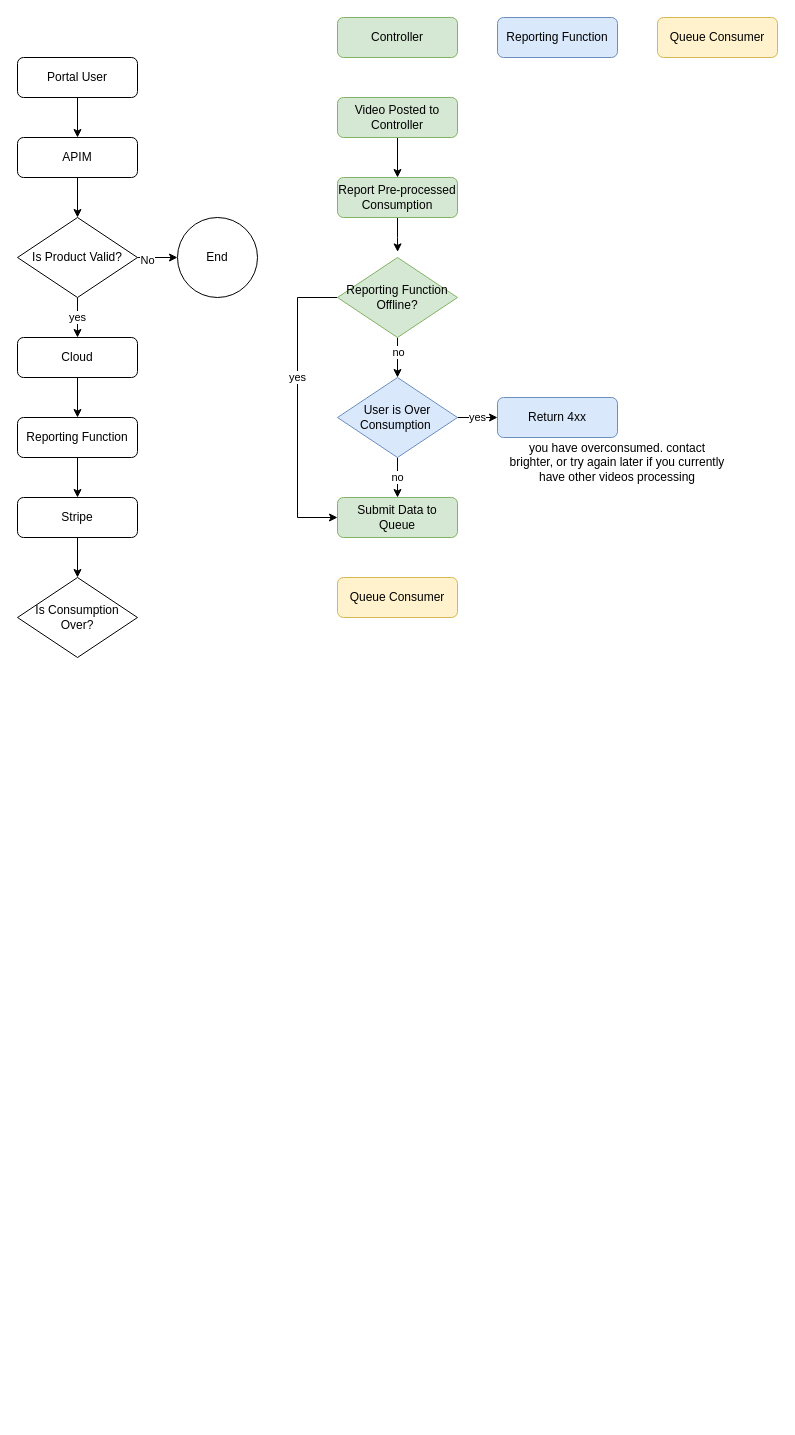
Above: portal-pricing-change.drawio in fredyeah/diagrams (draw.io), before the change. Source tidied: cells renumbered, new cells numbered last; positions are measured from the earlier drawing's top-left corner, leaving out a move shared by most shapes. Both pictures are drawn from the tidied source at 100%, with x=0, y=0 at pixel (17, 17).
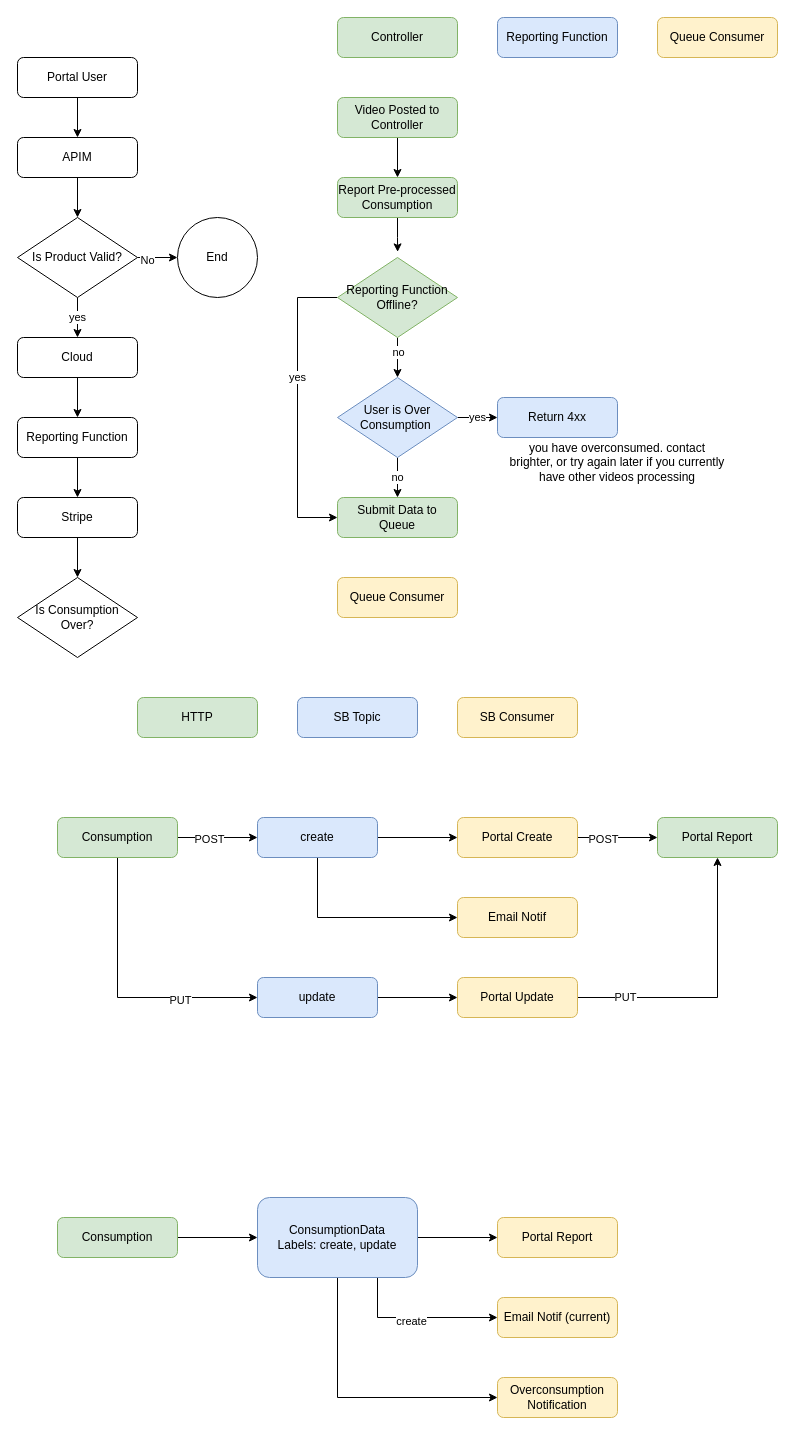
The same page after the edit.

Change to the diagram source:
```diff
@@
+    <mxCell id="37" style="edgeStyle=orthogonalEdgeStyle;rounded=0;jettySize=auto;html=1;entryX=0;entryY=0.5;entryDx=0;entryDy=0;" parent="1" edge="1" source="41" target="44">
+      <mxGeometry relative="1" as="geometry" />
+    </mxCell>
+    <mxCell id="38" value="POST" style="edgeLabel;html=1;align=center;verticalAlign=middle;" parent="37" vertex="1">
+      <mxGeometry x="-0.2" y="-1" relative="1" as="geometry">
+        <mxPoint x="-1" as="offset" />
+      </mxGeometry>
+    </mxCell>
+    <mxCell id="39" style="edgeStyle=orthogonalEdgeStyle;rounded=0;jettySize=auto;html=1;entryX=0;entryY=0.5;entryDx=0;entryDy=0;" parent="1" edge="1" source="41" target="48">
+      <mxGeometry relative="1" as="geometry">
+        <Array as="points">
+          <mxPoint x="100" y="980" />
+        </Array>
+      </mxGeometry>
+    </mxCell>
+    <mxCell id="40" value="PUT" style="edgeLabel;html=1;align=center;verticalAlign=middle;" parent="39" vertex="1">
+      <mxGeometry x="0.45" y="-2" relative="1" as="geometry">
+        <mxPoint x="-1" as="offset" />
+      </mxGeometry>
+    </mxCell>
+    <mxCell id="41" value="Consumption" style="rounded=1;whiteSpace=wrap;html=1;fillColor=#d5e8d4;strokeColor=#82b366;" parent="1" vertex="1">
+      <mxGeometry x="40" y="800" width="120" height="40" as="geometry" />
+    </mxCell>
+    <mxCell id="42" style="edgeStyle=orthogonalEdgeStyle;rounded=0;jettySize=auto;html=1;entryX=0;entryY=0.5;entryDx=0;entryDy=0;" parent="1" edge="1" source="44" target="52">
+      <mxGeometry relative="1" as="geometry" />
+    </mxCell>
+    <mxCell id="43" style="edgeStyle=orthogonalEdgeStyle;rounded=0;jettySize=auto;html=1;entryX=0;entryY=0.5;entryDx=0;entryDy=0;" parent="1" edge="1" source="44" target="56">
+      <mxGeometry relative="1" as="geometry">
+        <Array as="points">
+          <mxPoint x="300" y="900" />
+        </Array>
+      </mxGeometry>
+    </mxCell>
+    <mxCell id="44" value="create" style="rounded=1;whiteSpace=wrap;html=1;fillColor=#dae8fc;strokeColor=#6c8ebf;" parent="1" vertex="1">
+      <mxGeometry x="240" y="800" width="120" height="40" as="geometry" />
+    </mxCell>
+    <mxCell id="45" value="HTTP" style="rounded=1;whiteSpace=wrap;html=1;fillColor=#d5e8d4;strokeColor=#82b366;" parent="1" vertex="1">
+      <mxGeometry x="120" y="680" width="120" height="40" as="geometry" />
+    </mxCell>
+    <mxCell id="46" value="SB Topic" style="rounded=1;whiteSpace=wrap;html=1;fillColor=#dae8fc;strokeColor=#6c8ebf;" parent="1" vertex="1">
+      <mxGeometry x="280" y="680" width="120" height="40" as="geometry" />
+    </mxCell>
+    <mxCell id="47" style="edgeStyle=orthogonalEdgeStyle;rounded=0;jettySize=auto;html=1;entryX=0;entryY=0.5;entryDx=0;entryDy=0;" parent="1" edge="1" source="48" target="55">
+      <mxGeometry relative="1" as="geometry" />
+    </mxCell>
+    <mxCell id="48" value="update" style="rounded=1;whiteSpace=wrap;html=1;fillColor=#dae8fc;strokeColor=#6c8ebf;" parent="1" vertex="1">
+      <mxGeometry x="240" y="960" width="120" height="40" as="geometry" />
+    </mxCell>
+    <mxCell id="49" value="SB Consumer" style="rounded=1;whiteSpace=wrap;html=1;fillColor=#fff2cc;strokeColor=#d6b656;" parent="1" vertex="1">
+      <mxGeometry x="440" y="680" width="120" height="40" as="geometry" />
+    </mxCell>
+    <mxCell id="50" style="edgeStyle=orthogonalEdgeStyle;rounded=0;jettySize=auto;html=1;entryX=0;entryY=0.5;entryDx=0;entryDy=0;" parent="1" edge="1" source="52" target="57">
+      <mxGeometry relative="1" as="geometry" />
+    </mxCell>
+    <mxCell id="51" value="POST" style="edgeLabel;html=1;align=center;verticalAlign=middle;" parent="50" vertex="1">
+      <mxGeometry x="-0.36" y="-1" relative="1" as="geometry">
+        <mxPoint x="-1" as="offset" />
+      </mxGeometry>
+    </mxCell>
+    <mxCell id="52" value="Portal Create" style="rounded=1;whiteSpace=wrap;html=1;fillColor=#fff2cc;strokeColor=#d6b656;" parent="1" vertex="1">
+      <mxGeometry x="440" y="800" width="120" height="40" as="geometry" />
+    </mxCell>
+    <mxCell id="53" style="edgeStyle=orthogonalEdgeStyle;rounded=0;jettySize=auto;html=1;" parent="1" edge="1" source="55" target="57">
+      <mxGeometry relative="1" as="geometry" />
+    </mxCell>
+    <mxCell id="54" value="PUT" style="edgeLabel;html=1;align=center;verticalAlign=middle;" parent="53" vertex="1">
+      <mxGeometry x="-0.66" relative="1" as="geometry">
+        <mxPoint x="-1" y="-1" as="offset" />
+      </mxGeometry>
+    </mxCell>
+    <mxCell id="55" value="Portal Update" style="rounded=1;whiteSpace=wrap;html=1;fillColor=#fff2cc;strokeColor=#d6b656;" parent="1" vertex="1">
+      <mxGeometry x="440" y="960" width="120" height="40" as="geometry" />
+    </mxCell>
+    <mxCell id="56" value="Email Notif" style="rounded=1;whiteSpace=wrap;html=1;fillColor=#fff2cc;strokeColor=#d6b656;" parent="1" vertex="1">
+      <mxGeometry x="440" y="880" width="120" height="40" as="geometry" />
+    </mxCell>
+    <mxCell id="57" value="Portal Report" style="rounded=1;whiteSpace=wrap;html=1;fillColor=#d5e8d4;strokeColor=#82b366;" parent="1" vertex="1">
+      <mxGeometry x="640" y="800" width="120" height="40" as="geometry" />
+    </mxCell>
+    <mxCell id="58" style="edgeStyle=orthogonalEdgeStyle;rounded=0;jettySize=auto;html=1;entryX=0;entryY=0.5;entryDx=0;entryDy=0;" parent="1" edge="1" source="59" target="64">
+      <mxGeometry relative="1" as="geometry" />
+    </mxCell>
+    <mxCell id="59" value="Consumption" style="rounded=1;whiteSpace=wrap;html=1;fillColor=#d5e8d4;strokeColor=#82b366;" parent="1" vertex="1">
+      <mxGeometry x="40" y="1200" width="120" height="40" as="geometry" />
+    </mxCell>
+    <mxCell id="60" style="edgeStyle=orthogonalEdgeStyle;rounded=0;jettySize=auto;html=1;entryX=0;entryY=0.5;entryDx=0;entryDy=0;" parent="1" edge="1" source="64" target="65">
+      <mxGeometry relative="1" as="geometry" />
+    </mxCell>
+    <mxCell id="61" style="edgeStyle=orthogonalEdgeStyle;rounded=0;jettySize=auto;html=1;entryX=0;entryY=0.5;entryDx=0;entryDy=0;" parent="1" edge="1" source="64" target="66">
+      <mxGeometry relative="1" as="geometry">
+        <Array as="points">
+          <mxPoint x="360" y="1300" />
+        </Array>
+      </mxGeometry>
+    </mxCell>
+    <mxCell id="62" value="create" style="edgeLabel;html=1;align=center;verticalAlign=middle;" parent="61" vertex="1">
+      <mxGeometry x="-0.08" y="-3" relative="1" as="geometry">
+        <mxPoint x="-1" as="offset" />
+      </mxGeometry>
+    </mxCell>
+    <mxCell id="63" style="edgeStyle=orthogonalEdgeStyle;rounded=0;jettySize=auto;html=1;entryX=0;entryY=0.5;entryDx=0;entryDy=0;" parent="1" edge="1" source="64" target="67">
+      <mxGeometry relative="1" as="geometry">
+        <Array as="points">
+          <mxPoint x="320" y="1380" />
+        </Array>
+      </mxGeometry>
+    </mxCell>
+    <mxCell id="64" value="ConsumptionData&lt;br&gt;Labels:&amp;nbsp;create, update" style="rounded=1;whiteSpace=wrap;html=1;fillColor=#dae8fc;strokeColor=#6c8ebf;" parent="1" vertex="1">
+      <mxGeometry x="240" y="1180" width="160" height="80" as="geometry" />
+    </mxCell>
+    <mxCell id="65" value="Portal Report" style="rounded=1;whiteSpace=wrap;html=1;fillColor=#fff2cc;strokeColor=#d6b656;" parent="1" vertex="1">
+      <mxGeometry x="480" y="1200" width="120" height="40" as="geometry" />
+    </mxCell>
+    <mxCell id="66" value="Email Notif (current)" style="rounded=1;whiteSpace=wrap;html=1;fillColor=#fff2cc;strokeColor=#d6b656;" parent="1" vertex="1">
+      <mxGeometry x="480" y="1280" width="120" height="40" as="geometry" />
+    </mxCell>
+    <mxCell id="67" value="Overconsumption Notification" style="rounded=1;whiteSpace=wrap;html=1;fillColor=#fff2cc;strokeColor=#d6b656;" parent="1" vertex="1">
+      <mxGeometry x="480" y="1360" width="120" height="40" as="geometry" />
+    </mxCell>
```
